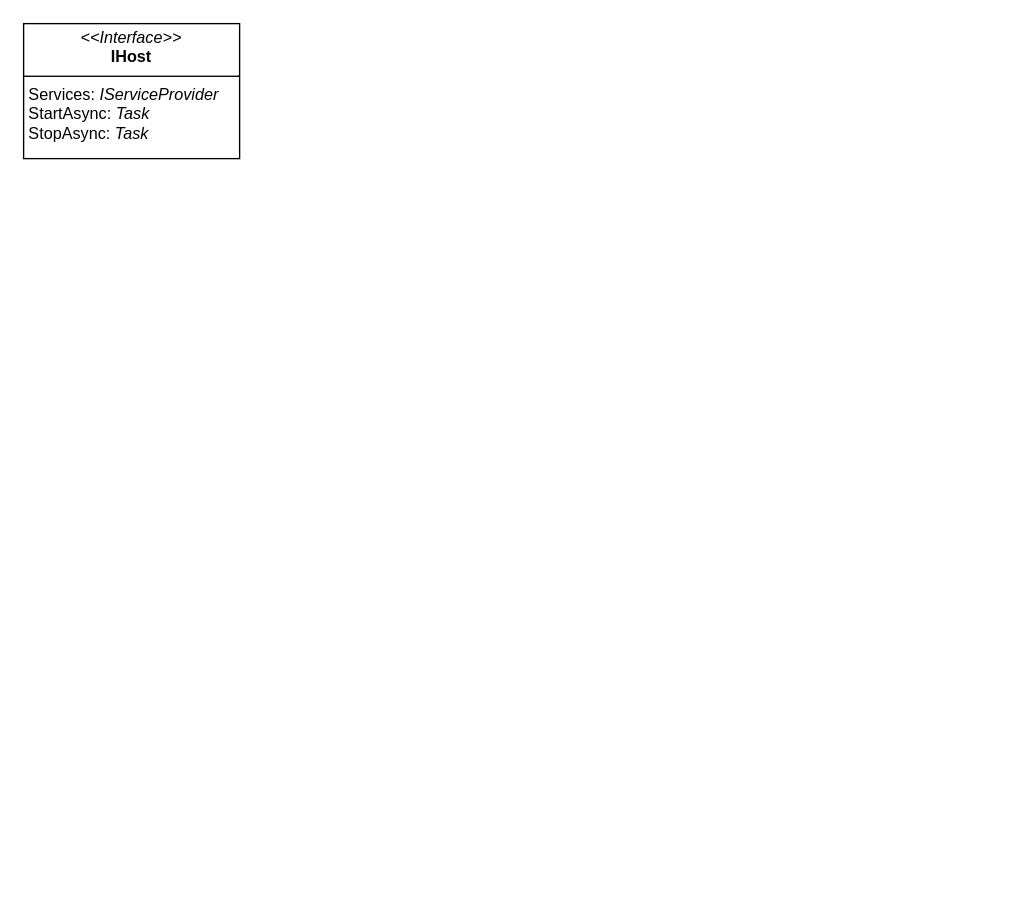
KondyubaBA/Foundation keeps this draw.io diagram as page "Hosting" (3 of 3) of .Net/Диаграмма без названия.drawio. Above is the earlier version. Source tidied: cells renumbered, new cells numbered last; positions are measured from the earlier drawing's top-left corner, leaving out a move shared by most shapes. Both pictures are drawn from the tidied source at 135%, with x=0, y=0 at pixel (23, 23).
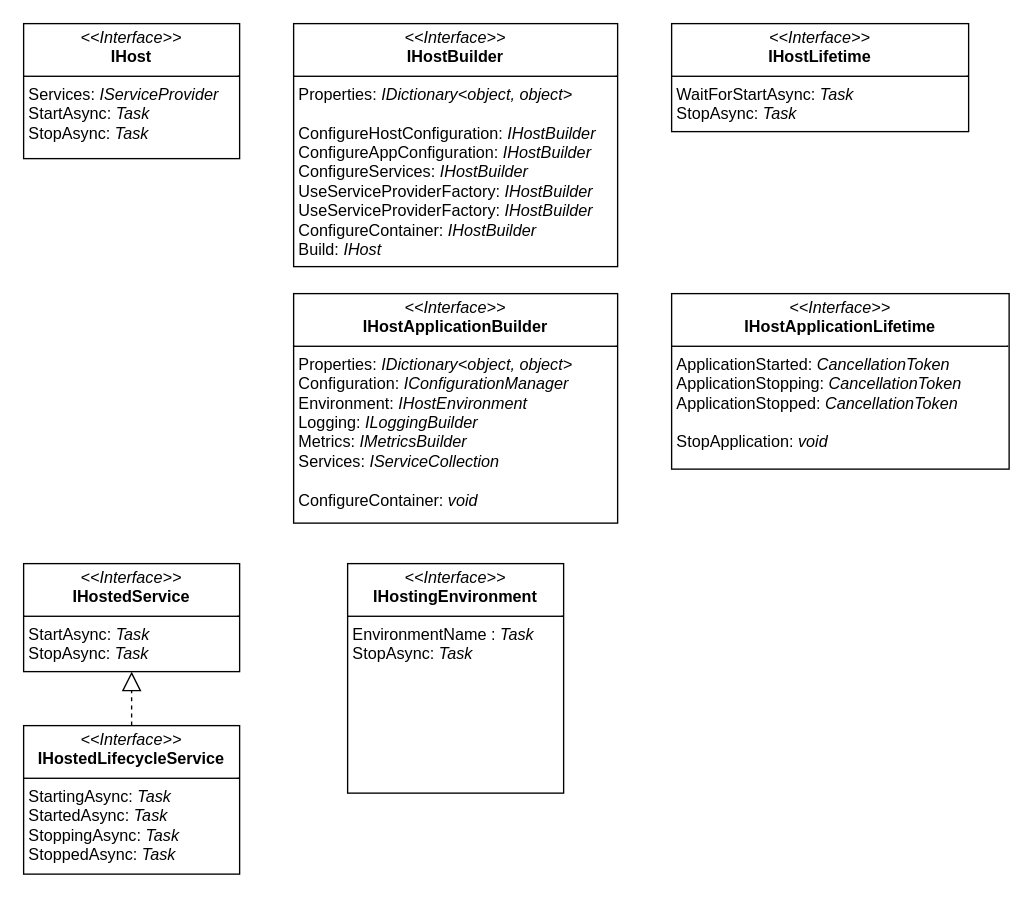
The same page after the edit.

What changed in the source:
```diff
@@
 <mxGraphModel>
   <root>
     <mxCell id="0" />
     <mxCell id="1" parent="0" />
     <mxCell id="2" value="&lt;p style=&quot;margin:0px;margin-top:4px;text-align:center;&quot;&gt;&lt;i&gt;&amp;lt;&amp;lt;Interface&amp;gt;&amp;gt;&lt;/i&gt;&lt;br&gt;&lt;b&gt;IHost&lt;/b&gt;&lt;/p&gt;&lt;hr size=&quot;1&quot; style=&quot;border-style:solid;&quot;&gt;&lt;p style=&quot;margin:0px;margin-left:4px;&quot;&gt;Services: &lt;i&gt;IServiceProvider&lt;/i&gt;&lt;br&gt;StartAsync: &lt;i&gt;Task&lt;/i&gt;&lt;/p&gt;&lt;p style=&quot;margin:0px;margin-left:4px;&quot;&gt;StopAsync:&amp;nbsp;&lt;i style=&quot;background-color: initial;&quot;&gt;Task&lt;/i&gt;&lt;br&gt;&lt;/p&gt;" style="verticalAlign=top;align=left;overflow=fill;html=1;whiteSpace=wrap;" parent="1" vertex="1">
       <mxGeometry width="160" height="100" as="geometry" />
     </mxCell>
+    <mxCell id="3" value="&lt;p style=&quot;margin:0px;margin-top:4px;text-align:center;&quot;&gt;&lt;i&gt;&amp;lt;&amp;lt;Interface&amp;gt;&amp;gt;&lt;/i&gt;&lt;br&gt;&lt;span style=&quot;background-color: initial; text-align: left;&quot;&gt;&lt;b&gt;IHostApplicationBuilder&lt;/b&gt;&lt;/span&gt;&lt;/p&gt;&lt;hr size=&quot;1&quot; style=&quot;border-style:solid;&quot;&gt;&lt;p style=&quot;margin:0px;margin-left:4px;&quot;&gt;Properties: &lt;i&gt;IDictionary&amp;lt;object, object&amp;gt;&lt;/i&gt;&lt;br&gt;Configuration:&amp;nbsp;&lt;span style=&quot;background-color: initial;&quot;&gt;&lt;i&gt;IConfigurationManager&lt;/i&gt;&lt;/span&gt;&lt;/p&gt;&lt;p style=&quot;margin:0px;margin-left:4px;&quot;&gt;Environment:&amp;nbsp;&lt;span style=&quot;background-color: initial;&quot;&gt;&lt;i&gt;IHostEnvironment&lt;/i&gt;&lt;/span&gt;&lt;br&gt;&lt;/p&gt;&lt;p style=&quot;margin:0px;margin-left:4px;&quot;&gt;&lt;span style=&quot;background-color: initial;&quot;&gt;Logging:&amp;nbsp;&lt;/span&gt;&lt;span style=&quot;background-color: initial;&quot;&gt;&lt;i&gt;ILoggingBuilder&lt;/i&gt;&lt;/span&gt;&lt;span style=&quot;background-color: initial;&quot;&gt;&lt;br&gt;&lt;/span&gt;&lt;/p&gt;&lt;p style=&quot;margin:0px;margin-left:4px;&quot;&gt;&lt;span style=&quot;background-color: initial;&quot;&gt;Metrics:&amp;nbsp;&lt;/span&gt;&lt;span style=&quot;background-color: initial;&quot;&gt;&lt;i&gt;IMetricsBuilder&lt;/i&gt;&lt;/span&gt;&lt;span style=&quot;background-color: initial;&quot;&gt;&lt;br&gt;&lt;/span&gt;&lt;/p&gt;&lt;p style=&quot;margin:0px;margin-left:4px;&quot;&gt;&lt;span style=&quot;background-color: initial;&quot;&gt;Services:&amp;nbsp;&lt;/span&gt;&lt;span style=&quot;background-color: initial;&quot;&gt;&lt;i&gt;IServiceCollection&lt;/i&gt;&lt;/span&gt;&lt;span style=&quot;background-color: initial;&quot;&gt;&lt;br&gt;&lt;/span&gt;&lt;/p&gt;&lt;p style=&quot;margin:0px;margin-left:4px;&quot;&gt;&lt;span style=&quot;background-color: initial;&quot;&gt;&lt;i&gt;&lt;br&gt;&lt;/i&gt;&lt;/span&gt;&lt;/p&gt;&lt;p style=&quot;margin:0px;margin-left:4px;&quot;&gt;&lt;span style=&quot;background-color: initial;&quot;&gt;ConfigureContainer:&lt;i&gt;&amp;nbsp;&lt;/i&gt;&lt;/span&gt;&lt;span style=&quot;background-color: initial;&quot;&gt;&lt;i&gt;void&lt;/i&gt;&lt;/span&gt;&lt;span style=&quot;background-color: initial;&quot;&gt;&lt;i&gt;&lt;br&gt;&lt;/i&gt;&lt;/span&gt;&lt;/p&gt;" style="verticalAlign=top;align=left;overflow=fill;html=1;whiteSpace=wrap;" parent="1" vertex="1">
+      <mxGeometry x="200" y="200" width="240" height="170" as="geometry" />
+    </mxCell>
+    <mxCell id="4" value="&lt;p style=&quot;margin:0px;margin-top:4px;text-align:center;&quot;&gt;&lt;i&gt;&amp;lt;&amp;lt;Interface&amp;gt;&amp;gt;&lt;/i&gt;&lt;br&gt;&lt;span style=&quot;background-color: initial; text-align: left;&quot;&gt;&lt;b&gt;IHostApplicationLifetime&lt;/b&gt;&lt;/span&gt;&lt;/p&gt;&lt;hr size=&quot;1&quot; style=&quot;border-style:solid;&quot;&gt;&lt;p style=&quot;margin:0px;margin-left:4px;&quot;&gt;ApplicationStarted: &lt;i&gt;CancellationToken&lt;/i&gt;&lt;br&gt;ApplicationStopping:&amp;nbsp;&lt;i&gt;CancellationToken&lt;/i&gt;&lt;br&gt;&lt;/p&gt;&lt;p style=&quot;margin:0px;margin-left:4px;&quot;&gt;ApplicationStopped:&amp;nbsp;&lt;i&gt;CancellationToken&lt;/i&gt;&lt;br&gt;&lt;/p&gt;&lt;p style=&quot;margin:0px;margin-left:4px;&quot;&gt;&lt;i&gt;&lt;br&gt;&lt;/i&gt;&lt;/p&gt;&lt;p style=&quot;margin:0px;margin-left:4px;&quot;&gt;StopApplication: &lt;i&gt;void&lt;/i&gt;&lt;br&gt;&lt;/p&gt;" style="verticalAlign=top;align=left;overflow=fill;html=1;whiteSpace=wrap;" parent="1" vertex="1">
+      <mxGeometry x="480" y="200" width="250" height="130" as="geometry" />
+    </mxCell>
+    <mxCell id="5" value="&lt;p style=&quot;margin:0px;margin-top:4px;text-align:center;&quot;&gt;&lt;i&gt;&amp;lt;&amp;lt;Interface&amp;gt;&amp;gt;&lt;/i&gt;&lt;br&gt;&lt;span style=&quot;background-color: initial; text-align: left;&quot;&gt;&lt;b&gt;IHostBuilder&lt;/b&gt;&lt;/span&gt;&lt;/p&gt;&lt;hr size=&quot;1&quot; style=&quot;border-style:solid;&quot;&gt;&lt;p style=&quot;margin:0px;margin-left:4px;&quot;&gt;Properties: &lt;i&gt;IDictionary&amp;lt;object, object&amp;gt;&lt;/i&gt;&lt;/p&gt;&lt;p style=&quot;margin:0px;margin-left:4px;&quot;&gt;&lt;i&gt;&lt;br&gt;&lt;/i&gt;ConfigureHostConfiguration:&amp;nbsp;&lt;span style=&quot;background-color: initial;&quot;&gt;&lt;i&gt;IHostBuilder&lt;/i&gt;&lt;/span&gt;&lt;/p&gt;&lt;p style=&quot;margin:0px;margin-left:4px;&quot;&gt;ConfigureAppConfiguration:&amp;nbsp;&lt;span style=&quot;background-color: initial;&quot;&gt;&lt;i&gt;IHostBuilder&lt;/i&gt;&lt;/span&gt;&lt;br&gt;&lt;/p&gt;&lt;p style=&quot;margin:0px;margin-left:4px;&quot;&gt;ConfigureServices:&amp;nbsp;&lt;span style=&quot;background-color: initial;&quot;&gt;&lt;i&gt;IHostBuilder&lt;/i&gt;&lt;/span&gt;&lt;span style=&quot;background-color: initial;&quot;&gt;&lt;i&gt;&lt;br&gt;&lt;/i&gt;&lt;/span&gt;&lt;/p&gt;&lt;p style=&quot;margin:0px;margin-left:4px;&quot;&gt;UseServiceProviderFactory:&amp;nbsp;&lt;span style=&quot;background-color: initial;&quot;&gt;&lt;i&gt;IHostBuilder&lt;/i&gt;&lt;/span&gt;&lt;span style=&quot;background-color: initial;&quot;&gt;&lt;i&gt;&lt;br&gt;&lt;/i&gt;&lt;/span&gt;&lt;/p&gt;&lt;p style=&quot;margin:0px;margin-left:4px;&quot;&gt;UseServiceProviderFactory:&amp;nbsp;&lt;span style=&quot;background-color: initial;&quot;&gt;&lt;i&gt;IHostBuilder&lt;/i&gt;&lt;/span&gt;&lt;span style=&quot;background-color: initial;&quot;&gt;&lt;i&gt;&lt;br&gt;&lt;/i&gt;&lt;/span&gt;&lt;/p&gt;&lt;p style=&quot;margin:0px;margin-left:4px;&quot;&gt;ConfigureContainer:&amp;nbsp;&lt;span style=&quot;background-color: initial;&quot;&gt;&lt;i&gt;IHostBuilder&lt;/i&gt;&lt;/span&gt;&lt;span style=&quot;background-color: initial;&quot;&gt;&lt;i&gt;&lt;br&gt;&lt;/i&gt;&lt;/span&gt;&lt;/p&gt;&lt;p style=&quot;margin:0px;margin-left:4px;&quot;&gt;&lt;span style=&quot;background-color: initial;&quot;&gt;Build:&amp;nbsp;&lt;/span&gt;&lt;span style=&quot;background-color: initial;&quot;&gt;&lt;i&gt;IHost&lt;/i&gt;&lt;/span&gt;&lt;span style=&quot;background-color: initial;&quot;&gt;&lt;i&gt;&lt;br&gt;&lt;/i&gt;&lt;/span&gt;&lt;/p&gt;" style="verticalAlign=top;align=left;overflow=fill;html=1;whiteSpace=wrap;" parent="1" vertex="1">
+      <mxGeometry x="200" width="240" height="180" as="geometry" />
+    </mxCell>
+    <mxCell id="6" value="&lt;p style=&quot;margin:0px;margin-top:4px;text-align:center;&quot;&gt;&lt;i&gt;&amp;lt;&amp;lt;Interface&amp;gt;&amp;gt;&lt;/i&gt;&lt;br&gt;&lt;span style=&quot;background-color: initial; text-align: left;&quot;&gt;&lt;b&gt;IHostLifetime&lt;/b&gt;&lt;/span&gt;&lt;/p&gt;&lt;hr size=&quot;1&quot; style=&quot;border-style:solid;&quot;&gt;&lt;p style=&quot;margin:0px;margin-left:4px;&quot;&gt;WaitForStartAsync: &lt;i&gt;Task&lt;/i&gt;&lt;br&gt;&lt;/p&gt;&lt;p style=&quot;margin:0px;margin-left:4px;&quot;&gt;StopAsync:&amp;nbsp;&lt;i style=&quot;background-color: initial;&quot;&gt;Task&lt;/i&gt;&lt;br&gt;&lt;/p&gt;" style="verticalAlign=top;align=left;overflow=fill;html=1;whiteSpace=wrap;" parent="1" vertex="1">
+      <mxGeometry x="480" width="220" height="80" as="geometry" />
+    </mxCell>
+    <mxCell id="7" value="&lt;p style=&quot;margin:0px;margin-top:4px;text-align:center;&quot;&gt;&lt;i&gt;&amp;lt;&amp;lt;Interface&amp;gt;&amp;gt;&lt;/i&gt;&lt;br&gt;&lt;span style=&quot;background-color: initial; text-align: left;&quot;&gt;&lt;b&gt;IHostedService&lt;/b&gt;&lt;/span&gt;&lt;/p&gt;&lt;hr size=&quot;1&quot; style=&quot;border-style:solid;&quot;&gt;&lt;p style=&quot;margin:0px;margin-left:4px;&quot;&gt;StartAsync: &lt;i&gt;Task&lt;/i&gt;&lt;/p&gt;&lt;p style=&quot;margin:0px;margin-left:4px;&quot;&gt;StopAsync:&amp;nbsp;&lt;i style=&quot;background-color: initial;&quot;&gt;Task&lt;/i&gt;&lt;br&gt;&lt;/p&gt;" style="verticalAlign=top;align=left;overflow=fill;html=1;whiteSpace=wrap;" parent="1" vertex="1">
+      <mxGeometry y="400" width="160" height="80" as="geometry" />
+    </mxCell>
+    <mxCell id="8" value="&lt;p style=&quot;margin:0px;margin-top:4px;text-align:center;&quot;&gt;&lt;i&gt;&amp;lt;&amp;lt;Interface&amp;gt;&amp;gt;&lt;/i&gt;&lt;br&gt;&lt;span style=&quot;background-color: initial; text-align: left;&quot;&gt;&lt;b&gt;IHostedLifecycleService&lt;/b&gt;&lt;/span&gt;&lt;/p&gt;&lt;hr size=&quot;1&quot; style=&quot;border-style:solid;&quot;&gt;&lt;p style=&quot;margin:0px;margin-left:4px;&quot;&gt;StartingAsync: &lt;i&gt;Task&lt;/i&gt;&lt;/p&gt;&lt;p style=&quot;margin:0px;margin-left:4px;&quot;&gt;StartedAsync:&amp;nbsp;&lt;i style=&quot;background-color: initial;&quot;&gt;Task&lt;/i&gt;&lt;br&gt;&lt;/p&gt;&lt;p style=&quot;margin: 0px 0px 0px 4px;&quot;&gt;StoppingAsync:&amp;nbsp;&lt;i&gt;Task&lt;/i&gt;&lt;/p&gt;&lt;p style=&quot;margin: 0px 0px 0px 4px;&quot;&gt;StoppedAsync:&amp;nbsp;&lt;i style=&quot;background-color: initial;&quot;&gt;Task&lt;/i&gt;&lt;/p&gt;" style="verticalAlign=top;align=left;overflow=fill;html=1;whiteSpace=wrap;" parent="1" vertex="1">
+      <mxGeometry y="520" width="160" height="110" as="geometry" />
+    </mxCell>
+    <mxCell id="9" style="endArrow=block;dashed=1;endFill=0;endSize=12;html=1;rounded=0;entryX=0.5;entryY=1;entryDx=0;entryDy=0;exitX=0.5;exitY=0;exitDx=0;exitDy=0;" parent="1" edge="1" source="8" target="7">
+      <mxGeometry relative="1" as="geometry" />
+    </mxCell>
+    <mxCell id="10" value="&lt;p style=&quot;margin:0px;margin-top:4px;text-align:center;&quot;&gt;&lt;i&gt;&amp;lt;&amp;lt;Interface&amp;gt;&amp;gt;&lt;/i&gt;&lt;br&gt;&lt;span style=&quot;background-color: initial; text-align: left;&quot;&gt;&lt;b&gt;IHostingEnvironment&lt;/b&gt;&lt;/span&gt;&lt;/p&gt;&lt;hr size=&quot;1&quot; style=&quot;border-style:solid;&quot;&gt;&lt;p style=&quot;margin:0px;margin-left:4px;&quot;&gt;EnvironmentName&amp;nbsp;: &lt;i&gt;Task&lt;/i&gt;&lt;/p&gt;&lt;p style=&quot;margin:0px;margin-left:4px;&quot;&gt;StopAsync:&amp;nbsp;&lt;i style=&quot;background-color: initial;&quot;&gt;Task&lt;/i&gt;&lt;br&gt;&lt;/p&gt;" style="verticalAlign=top;align=left;overflow=fill;html=1;whiteSpace=wrap;" parent="1" vertex="1">
+      <mxGeometry x="240" y="400" width="160" height="170" as="geometry" />
+    </mxCell>
   </root>
 </mxGraphModel>
```
